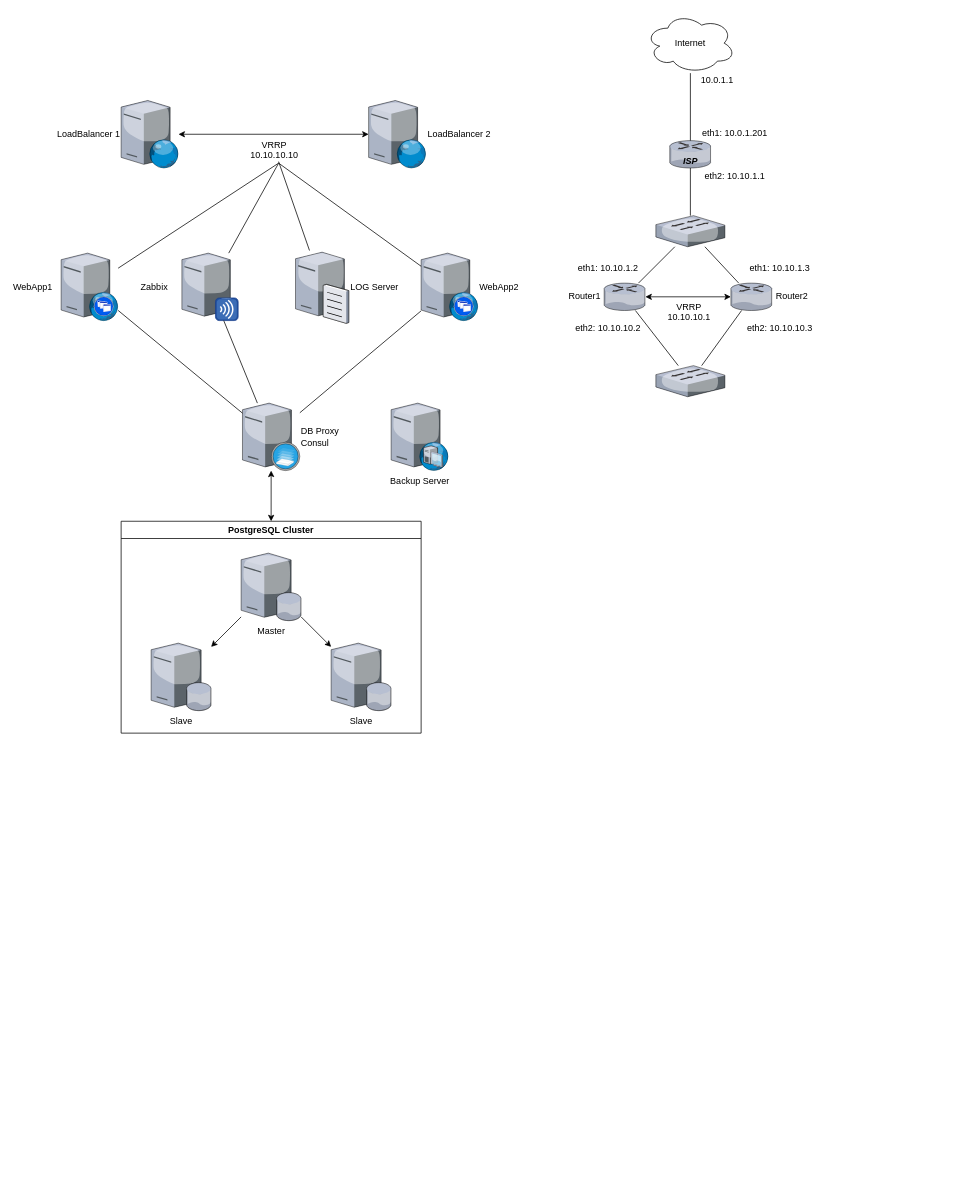
This is MainDiagram.drawio from OSPFS/OTUS-FINAL-PROJECT, a draw.io file, before an edit. Source tidied: cells renumbered, new cells numbered last; positions are measured from the earlier drawing's top-left corner, leaving out a move shared by most shapes. Both pictures are drawn from the tidied source at 75%, with x=0, y=0 at pixel (61, 13).
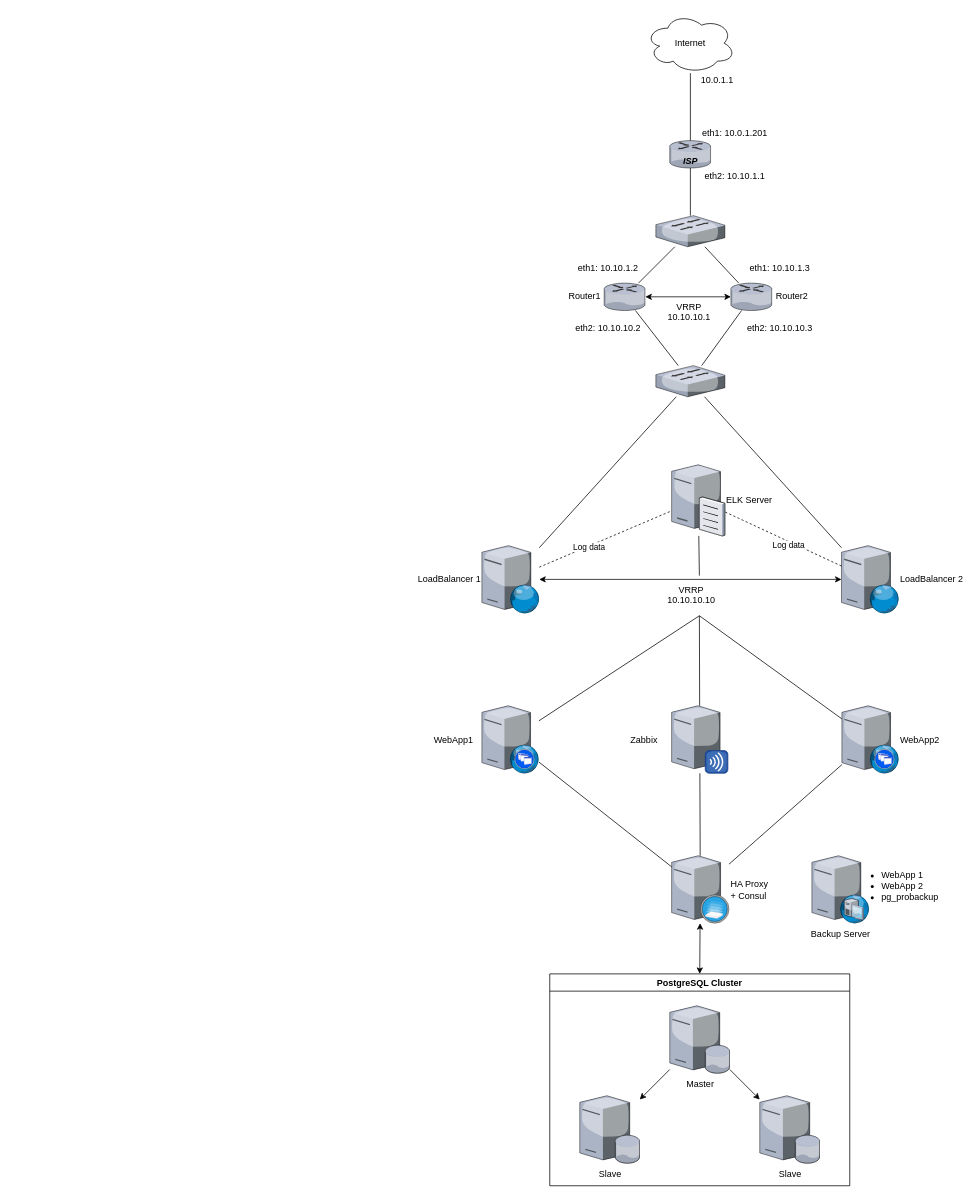
The same diagram, later.

The change refers to these unchanged cells:
```xml
<mxCell id="28" style="verticalLabelPosition=bottom;html=1;verticalAlign=top;strokeColor=none;align=center;outlineConnect=0;shape=mxgraph.citrix.switch;" parent="1" vertex="1">
  <mxGeometry x="793" y="470" width="92" height="41.5" as="geometry" />
</mxCell>
```

What changed in the source:
```diff
@@
     <mxCell id="2" value="WebApp1" style="verticalLabelPosition=middle;html=1;verticalAlign=middle;strokeColor=none;align=center;outlineConnect=0;shape=mxgraph.citrix.xenapp_web;labelPosition=left;" parent="1" vertex="1">
-      <mxGeometry y="320" width="76" height="90" as="geometry" />
+      <mxGeometry x="561" y="923.5" width="76" height="90" as="geometry" />
     </mxCell>
     <mxCell id="3" value="WebApp2" style="verticalLabelPosition=middle;html=1;verticalAlign=middle;strokeColor=none;align=left;outlineConnect=0;shape=mxgraph.citrix.xenapp_web;labelPosition=right;" parent="1" vertex="1">
-      <mxGeometry x="480" y="320" width="76" height="90" as="geometry" />
+      <mxGeometry x="1041" y="923.5" width="76" height="90" as="geometry" />
     </mxCell>
     <mxCell id="4" value="LoadBalancer 1" style="verticalLabelPosition=middle;html=1;verticalAlign=middle;strokeColor=none;align=right;outlineConnect=0;shape=mxgraph.citrix.web_server;labelPosition=left;" parent="1" vertex="1">
-      <mxGeometry x="80" y="116.5" width="76.5" height="90" as="geometry" />
+      <mxGeometry x="561" y="710" width="76.5" height="90" as="geometry" />
     </mxCell>
     <mxCell id="5" value="Master" style="verticalLabelPosition=bottom;html=1;verticalAlign=top;strokeColor=none;align=center;outlineConnect=0;shape=mxgraph.citrix.database_server;" parent="1" vertex="1">
-      <mxGeometry x="240" y="720" width="80" height="90" as="geometry" />
+      <mxGeometry x="811.5" y="1323.5" width="80" height="90" as="geometry" />
     </mxCell>
     <mxCell id="6" value="Slave" style="verticalLabelPosition=bottom;html=1;verticalAlign=top;strokeColor=none;align=center;outlineConnect=0;shape=mxgraph.citrix.database_server;" parent="1" vertex="1">
-      <mxGeometry x="360" y="840" width="80" height="90" as="geometry" />
+      <mxGeometry x="931.5" y="1443.5" width="80" height="90" as="geometry" />
     </mxCell>
     <mxCell id="7" value="Slave" style="verticalLabelPosition=bottom;html=1;verticalAlign=top;strokeColor=none;align=center;outlineConnect=0;shape=mxgraph.citrix.database_server;" parent="1" vertex="1">
-      <mxGeometry x="120" y="840" width="80" height="90" as="geometry" />
+      <mxGeometry x="691.5" y="1443.5" width="80" height="90" as="geometry" />
     </mxCell>
-    <mxCell id="8" value="&lt;div&gt;DB Proxy&lt;/div&gt;&lt;div&gt;Consul&lt;/div&gt;" style="verticalLabelPosition=middle;html=1;verticalAlign=middle;strokeColor=none;align=left;outlineConnect=0;shape=mxgraph.citrix.xenserver;labelPosition=right;" parent="1" vertex="1">
-      <mxGeometry x="241.8" y="520" width="76.5" height="90" as="geometry" />
+    <mxCell id="8" value="&lt;div&gt;HA Proxy&lt;/div&gt;&lt;div&gt;+ Consul&lt;/div&gt;" style="verticalLabelPosition=middle;html=1;verticalAlign=middle;strokeColor=none;align=left;outlineConnect=0;shape=mxgraph.citrix.xenserver;labelPosition=right;" parent="1" vertex="1">
+      <mxGeometry x="814" y="1123.5" width="76.5" height="90" as="geometry" />
     </mxCell>
@@
-    <mxCell id="10" value="&lt;div&gt;LOG Server&lt;/div&gt;" style="verticalLabelPosition=middle;html=1;verticalAlign=middle;strokeColor=none;align=left;outlineConnect=0;shape=mxgraph.citrix.file_server;labelPosition=right;" parent="1" vertex="1">
-      <mxGeometry x="312.5" y="316.5" width="71" height="97" as="geometry" />
+    <mxCell id="10" value="&lt;div&gt;ELK Server&lt;/div&gt;" style="verticalLabelPosition=middle;html=1;verticalAlign=middle;strokeColor=none;align=left;outlineConnect=0;shape=mxgraph.citrix.file_server;labelPosition=right;" parent="1" vertex="1">
+      <mxGeometry x="814" y="600" width="71" height="97" as="geometry" />
     </mxCell>
     <mxCell id="11" value="Backup Server" style="verticalLabelPosition=bottom;html=1;verticalAlign=top;strokeColor=none;align=center;shape=mxgraph.citrix.dhcp_server;" parent="1" vertex="1">
-      <mxGeometry x="440" y="520" width="76" height="90" as="geometry" />
+      <mxGeometry x="1001" y="1123.5" width="76" height="90" as="geometry" />
     </mxCell>
     <mxCell id="12" value="Zabbix" style="verticalLabelPosition=middle;html=1;verticalAlign=middle;strokeColor=none;align=center;outlineConnect=0;shape=mxgraph.citrix.merchandising_server;labelPosition=left;" parent="1" vertex="1">
-      <mxGeometry x="161" y="320" width="75" height="90" as="geometry" />
+      <mxGeometry x="814" y="923.5" width="75" height="90" as="geometry" />
     </mxCell>
@@
     <mxCell id="33" value="PostgreSQL Cluster" style="swimlane;" parent="1" vertex="1">
-      <mxGeometry x="80" y="677.5" width="400" height="282.5" as="geometry" />
+      <mxGeometry x="651.5" y="1281" width="400" height="282.5" as="geometry" />
     </mxCell>
@@
     <mxCell id="35" style="endArrow=none;html=1;" parent="1" edge="1" target="3">
       <mxGeometry relative="1" as="geometry">
-        <mxPoint x="290" y="200" as="sourcePoint" />
+        <mxPoint x="851" y="803.5" as="sourcePoint" />
       </mxGeometry>
     </mxCell>
     <mxCell id="36" style="endArrow=none;html=1;" parent="1" edge="1" source="2">
       <mxGeometry relative="1" as="geometry">
-        <mxPoint x="290" y="200" as="targetPoint" />
+        <mxPoint x="851" y="803.5" as="targetPoint" />
       </mxGeometry>
     </mxCell>
@@
     <mxCell id="42" style="endArrow=none;html=1;" parent="1" edge="1" source="10">
       <mxGeometry relative="1" as="geometry">
-        <mxPoint x="290" y="198" as="targetPoint" />
+        <mxPoint x="851" y="750" as="targetPoint" />
       </mxGeometry>
     </mxCell>
     <mxCell id="43" style="endArrow=none;html=1;" parent="1" edge="1" source="12">
       <mxGeometry relative="1" as="geometry">
-        <mxPoint x="290" y="200" as="targetPoint" />
+        <mxPoint x="851" y="803.5" as="targetPoint" />
       </mxGeometry>
     </mxCell>
     <mxCell id="44" value="LoadBalancer 2" style="verticalLabelPosition=middle;html=1;verticalAlign=middle;strokeColor=none;align=left;outlineConnect=0;shape=mxgraph.citrix.web_server;labelPosition=right;" parent="1" vertex="1">
-      <mxGeometry x="410" y="116.5" width="76.5" height="90" as="geometry" />
+      <mxGeometry x="1040.5" y="710" width="76.5" height="90" as="geometry" />
     </mxCell>
@@
+    <mxCell id="47" style="endArrow=none;html=1;" parent="1" edge="1" source="44" target="28">
+      <mxGeometry relative="1" as="geometry" />
+    </mxCell>
+    <mxCell id="48" style="endArrow=none;html=1;" parent="1" edge="1" source="28" target="4">
+      <mxGeometry relative="1" as="geometry" />
+    </mxCell>
+    <mxCell id="49" style="endArrow=none;dashed=1;html=1;" parent="1" edge="1" source="4" target="10">
+      <mxGeometry relative="1" as="geometry" />
+    </mxCell>
+    <mxCell id="50" value="Log data" style="edgeLabel;html=1;align=center;verticalAlign=middle;" parent="49" vertex="1">
+      <mxGeometry x="-0.26" y="-1" relative="1" as="geometry" />
+    </mxCell>
+    <mxCell id="51" style="endArrow=none;dashed=1;html=1;" parent="1" edge="1" source="44" target="10">
+      <mxGeometry relative="1" as="geometry" />
+    </mxCell>
+    <mxCell id="52" value="Log data" style="edgeLabel;html=1;align=center;verticalAlign=middle;" parent="51" vertex="1">
+      <mxGeometry x="0.11" y="-1" relative="1" as="geometry">
+        <mxPoint x="15.1" y="13.6" as="offset" />
+      </mxGeometry>
+    </mxCell>
+    <mxCell id="53" value="&lt;ul&gt;&lt;li&gt;WebApp 1&lt;/li&gt;&lt;li&gt;WebApp 2&lt;/li&gt;&lt;li&gt;pg_probackup&lt;/li&gt;&lt;/ul&gt;" style="text;strokeColor=none;fillColor=none;html=1;whiteSpace=wrap;verticalAlign=middle;overflow=hidden;" parent="1" vertex="1">
+      <mxGeometry x="1051.5" y="1123.5" width="133" height="80" as="geometry" />
+    </mxCell>
```
